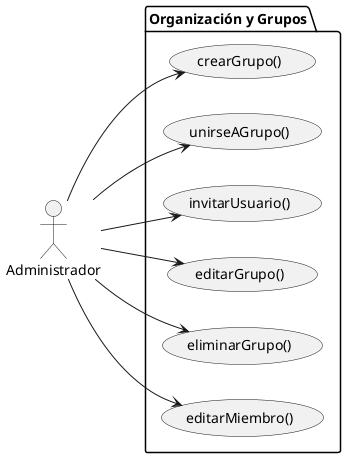
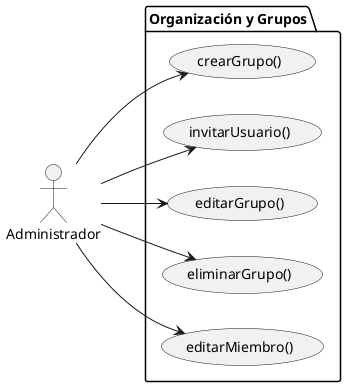
@startuml DiagramaOrganizaciónYGrupos
left to right direction
actor "Administrador" as Admin

package "Organización y Grupos" {
    usecase "crearGrupo()" as UC_G1
-     usecase "unirseAGrupo()" as UC_G2
-     usecase "invitarUsuario()" as UC_G3
-     usecase "editarGrupo()" as UC_G4
-     usecase "eliminarGrupo()" as UC_G5
-     usecase "editarMiembro()" as UC_G6
+     usecase "invitarUsuario()" as UC_G2
+     usecase "editarGrupo()" as UC_G3
+     usecase "eliminarGrupo()" as UC_G4
+     usecase "editarMiembro()" as UC_G5
}

Admin --> UC_G1
Admin --> UC_G2
Admin --> UC_G3
Admin --> UC_G4
Admin --> UC_G5
- Admin --> UC_G6

@enduml